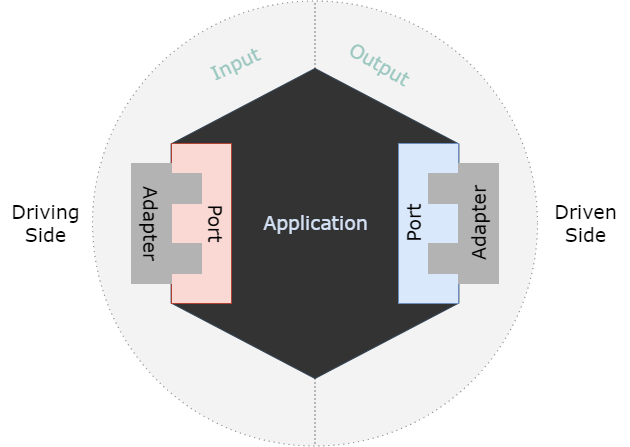
Before: pic/六边形架构.drawio.png, a diagram exported from draw.io (guxdong/imgrepo). Source tidied: cells renumbered, new cells last; positions are measured from the earlier drawing's top-left corner, leaving out a move shared by most shapes.
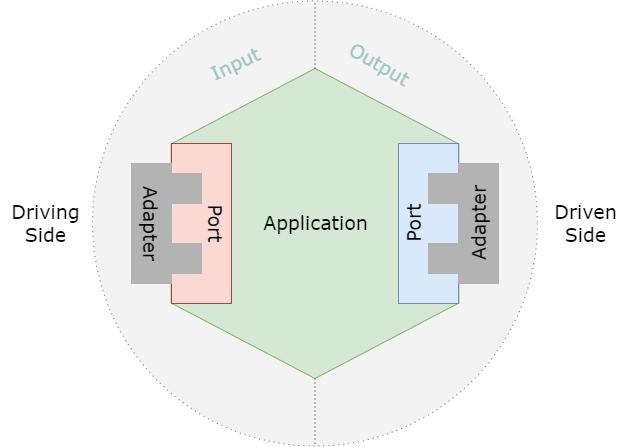
After the change.

Commit message:
更新六边形架构.drawio.png

The edit, as a diff of the source:
```diff
@@ -5,7 +5,7 @@
     <mxCell id="2" style="ellipse;whiteSpace=wrap;html=1;fillColor=#eeeeee;strokeColor=#36393d;dashed=1;dashPattern=1 4;opacity=70;fontSize=19;fontStyle=0;fontFamily=Verdana;" parent="1" vertex="1">
       <mxGeometry x="92" y="0.5" width="445" height="445" as="geometry" />
     </mxCell>
-    <mxCell id="3" style="shape=hexagon;perimeter=hexagonPerimeter2;whiteSpace=wrap;html=1;fixedSize=1;size=75.5;rotation=90;fillColor=#333333;strokeColor=#314354;fontColor=#ffffff;fontSize=19;fontStyle=0;fontFamily=Verdana;" parent="1" vertex="1">
+    <mxCell id="3" style="shape=hexagon;perimeter=hexagonPerimeter2;whiteSpace=wrap;html=1;fixedSize=1;size=75.5;rotation=90;fillColor=#d5e8d4;strokeColor=#82b366;fontSize=19;fontStyle=0;fontFamily=Verdana;" parent="1" vertex="1">
       <mxGeometry x="159.5" y="79.1" width="310" height="287.8" as="geometry" />
     </mxCell>
     <mxCell id="4" style="endArrow=none;dashed=1;html=1;dashPattern=1 3;strokeWidth=1;rounded=0;entryX=0.5;entryY=0;entryDx=0;entryDy=0;exitX=0;exitY=0.5;exitDx=0;exitDy=0;fontSize=19;fontStyle=0;fontFamily=Verdana;" parent="1" edge="1" source="3" target="2">
@@ -59,7 +59,7 @@
     <mxCell id="20" value="Port" style="text;html=1;align=center;verticalAlign=middle;strokeColor=none;fillColor=none;rotation=-90;fontSize=19;fontStyle=0;fontFamily=Verdana;" parent="13" vertex="1">
       <mxGeometry x="-14" y="60" width="60" height="40" as="geometry" />
     </mxCell>
-    <mxCell id="21" value="&lt;font color=&quot;#d4e1f5&quot; style=&quot;font-size: 19px;&quot;&gt;Application&lt;/font&gt;" style="text;html=1;align=center;verticalAlign=middle;strokeColor=none;fillColor=none;fontColor=#7EA6E0;fontSize=19;fontStyle=0;fontFamily=Verdana;" parent="1" vertex="1">
+    <mxCell id="21" value="&lt;font style=&quot;font-size: 19px;&quot;&gt;Application&lt;/font&gt;" style="text;html=1;align=center;verticalAlign=middle;strokeColor=none;fillColor=none;fontColor=#000000;fontSize=19;fontStyle=0;fontFamily=Verdana;" parent="1" vertex="1">
       <mxGeometry x="249.5" y="203" width="130" height="40" as="geometry" />
     </mxCell>
     <mxCell id="22" value="Input" style="text;html=1;align=center;verticalAlign=middle;strokeColor=none;fillColor=none;fontColor=#9AC7BF;fontSize=19;rotation=-25;fontStyle=0;fontFamily=Verdana;" parent="1" vertex="1">
```
